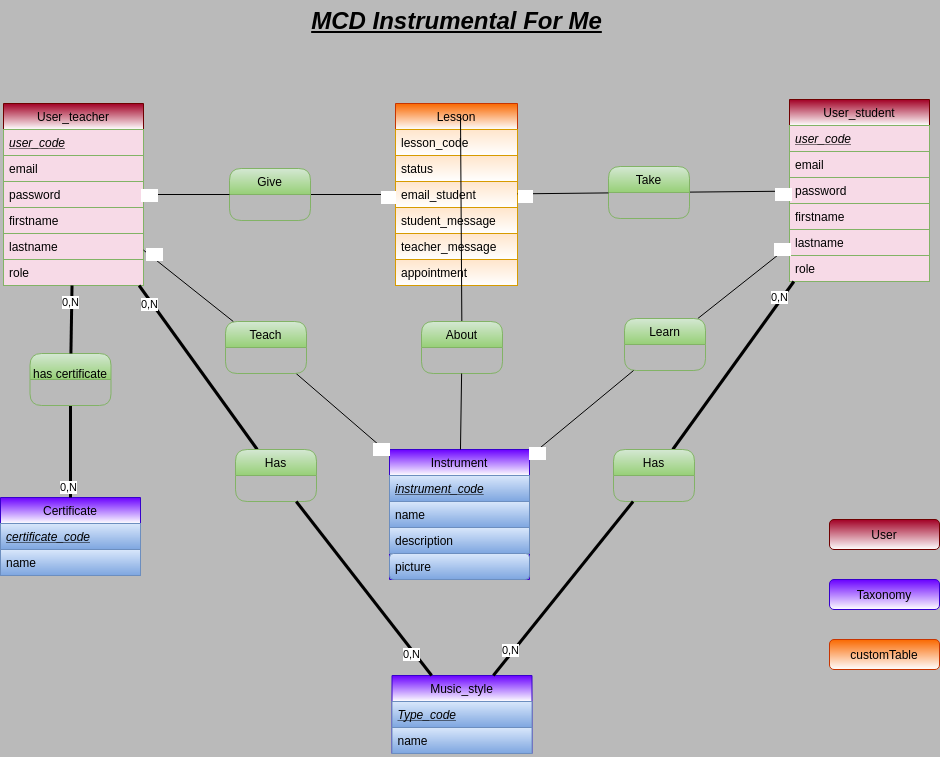
This is _documentation/mcd.drawio.png from Brewalan74/InstrumentalForMe, a draw.io export, as it was before one commit. Source tidied: cells renumbered, new cells last; positions are measured from the earlier drawing's top-left corner, leaving out a move shared by most shapes.
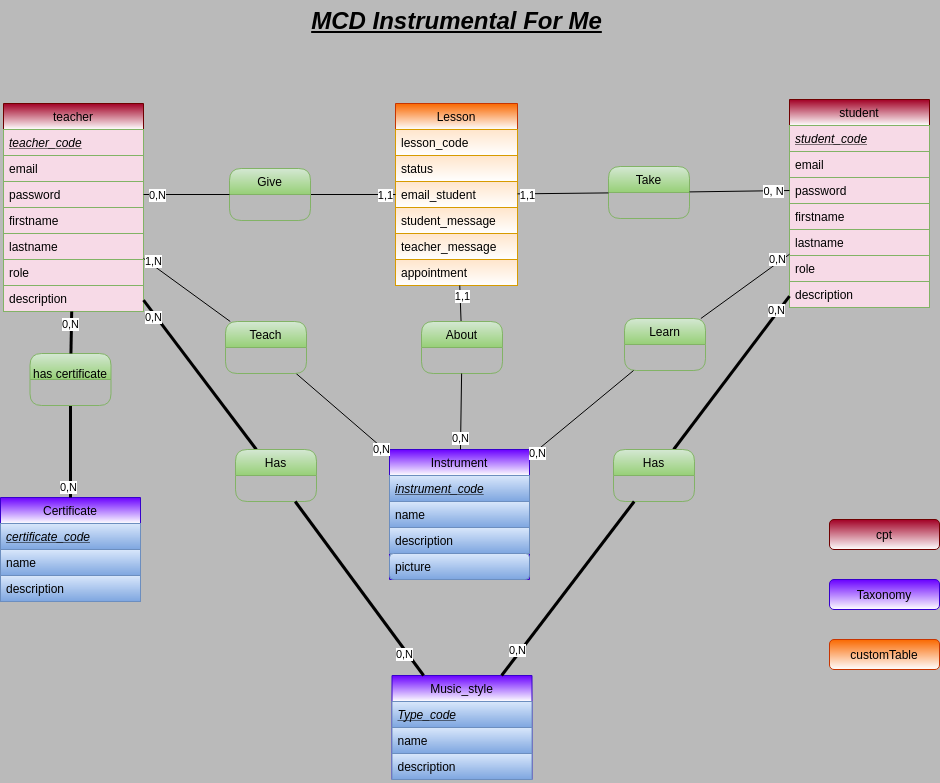
After the commit.

Change to the diagram source:
```diff
@@ -17,10 +17,10 @@
     <mxCell id="6" value="picture" style="text;strokeColor=#6c8ebf;fillColor=#dae8fc;align=left;verticalAlign=top;spacingLeft=4;spacingRight=4;overflow=hidden;gradientColor=#7ea6e0;fontColor=#000000;rounded=1;" parent="2" vertex="1">
       <mxGeometry y="104" width="140" height="26" as="geometry" />
     </mxCell>
-    <mxCell id="7" value="User_teacher" style="swimlane;fontStyle=0;horizontal=1;startSize=26;fillColor=#a20025;strokeColor=#6F0000;rounded=0;gradientColor=#ffffff;fontColor=#000000;" parent="1" vertex="1">
-      <mxGeometry x="3" y="103" width="140" height="182" as="geometry" />
+    <mxCell id="7" value="teacher" style="swimlane;fontStyle=0;horizontal=1;startSize=26;fillColor=#a20025;strokeColor=#6F0000;rounded=0;gradientColor=#ffffff;fontColor=#000000;" parent="1" vertex="1">
+      <mxGeometry x="3" y="103" width="140" height="208" as="geometry" />
     </mxCell>
-    <mxCell id="8" value="user_code" style="text;strokeColor=#82b366;align=left;verticalAlign=top;spacingLeft=4;spacingRight=4;overflow=hidden;fontColor=#000000;fontStyle=6;fillColor=#F7DAE7;" parent="7" vertex="1">
+    <mxCell id="8" value="teacher_code" style="text;strokeColor=#82b366;align=left;verticalAlign=top;spacingLeft=4;spacingRight=4;overflow=hidden;fontColor=#000000;fontStyle=6;fillColor=#F7DAE7;" parent="7" vertex="1">
       <mxGeometry y="26" width="140" height="26" as="geometry" />
     </mxCell>
     <mxCell id="9" value="email" style="text;strokeColor=#82b366;align=left;verticalAlign=top;spacingLeft=4;spacingRight=4;overflow=hidden;fontColor=#000000;fillColor=#F7DAE7;" parent="7" vertex="1">
@@ -38,7 +38,10 @@
     <mxCell id="13" value="role" style="text;strokeColor=#82b366;align=left;verticalAlign=top;spacingLeft=4;spacingRight=4;overflow=hidden;fontColor=#000000;fillColor=#F7DAE7;" parent="7" vertex="1">
       <mxGeometry y="156" width="140" height="26" as="geometry" />
     </mxCell>
+    <mxCell id="76" value="description" style="text;strokeColor=#82b366;align=left;verticalAlign=top;spacingLeft=4;spacingRight=4;overflow=hidden;fontColor=#000000;fillColor=#F7DAE7;" parent="7" vertex="1">
+      <mxGeometry y="182" width="140" height="26" as="geometry" />
+    </mxCell>
-    <mxCell id="14" value="User" style="rounded=1;whiteSpace=wrap;html=1;fillColor=#a20025;strokeColor=#6F0000;gradientColor=#ffffff;fontColor=#000000;" parent="1" vertex="1">
+    <mxCell id="14" value="cpt" style="rounded=1;whiteSpace=wrap;html=1;fillColor=#a20025;strokeColor=#6F0000;gradientColor=#ffffff;fontColor=#000000;" parent="1" vertex="1">
       <mxGeometry x="829" y="519" width="110" height="30" as="geometry" />
     </mxCell>
     <mxCell id="15" value="Taxonomy" style="rounded=1;whiteSpace=wrap;html=1;fillColor=#6a00ff;strokeColor=#3700CC;gradientColor=#ffffff;fontColor=#000000;" parent="1" vertex="1">
@@ -72,16 +75,13 @@
       <mxGeometry y="156" width="122" height="26" as="geometry" />
     </mxCell>
     <mxCell id="25" value="Certificate" style="swimlane;fontStyle=0;horizontal=1;startSize=26;fillColor=#6a00ff;strokeColor=#3700CC;fontColor=#000000;rounded=0;gradientColor=#ffffff;" parent="1" vertex="1">
-      <mxGeometry y="497" width="140" height="78" as="geometry" />
+      <mxGeometry y="497" width="140" height="52" as="geometry" />
     </mxCell>
     <mxCell id="26" value="certificate_code" style="text;strokeColor=#6c8ebf;fillColor=#dae8fc;align=left;verticalAlign=top;spacingLeft=4;spacingRight=4;overflow=hidden;gradientColor=#7ea6e0;fontColor=#000000;fontStyle=6;" parent="25" vertex="1">
       <mxGeometry y="26" width="140" height="26" as="geometry" />
     </mxCell>
-    <mxCell id="27" value="name" style="text;strokeColor=#6c8ebf;fillColor=#dae8fc;align=left;verticalAlign=top;spacingLeft=4;spacingRight=4;overflow=hidden;gradientColor=#7ea6e0;fontColor=#000000;" parent="25" vertex="1">
-      <mxGeometry y="52" width="140" height="26" as="geometry" />
-    </mxCell>
     <mxCell id="28" value="Music_style" style="swimlane;fontStyle=0;horizontal=1;startSize=26;fillColor=#6a00ff;strokeColor=#3700CC;fontColor=#000000;rounded=0;gradientColor=#ffffff;" parent="1" vertex="1">
-      <mxGeometry x="391.5" y="675" width="140" height="78" as="geometry" />
+      <mxGeometry x="391.5" y="675" width="140" height="104" as="geometry" />
     </mxCell>
     <mxCell id="29" value="Type_code" style="text;strokeColor=#6c8ebf;fillColor=#dae8fc;align=left;verticalAlign=top;spacingLeft=4;spacingRight=4;overflow=hidden;gradientColor=#7ea6e0;fontColor=#000000;fontStyle=6;" parent="28" vertex="1">
       <mxGeometry y="26" width="140" height="26" as="geometry" />
@@ -89,16 +89,19 @@
     <mxCell id="30" value="name" style="text;strokeColor=#6c8ebf;fillColor=#dae8fc;align=left;verticalAlign=top;spacingLeft=4;spacingRight=4;overflow=hidden;gradientColor=#7ea6e0;fontColor=#000000;" parent="28" vertex="1">
       <mxGeometry y="52" width="140" height="26" as="geometry" />
     </mxCell>
+    <mxCell id="77" value="description" style="text;strokeColor=#6c8ebf;fillColor=#dae8fc;align=left;verticalAlign=top;spacingLeft=4;spacingRight=4;overflow=hidden;gradientColor=#7ea6e0;fontColor=#000000;" parent="28" vertex="1">
+      <mxGeometry y="78" width="140" height="26" as="geometry" />
+    </mxCell>
     <mxCell id="31" style="endArrow=none;html=1;strokeWidth=3;startArrow=none;" parent="1" edge="1" source="58" target="7">
       <mxGeometry relative="1" as="geometry" />
     </mxCell>
-    <mxCell id="32" value="0,N" style="edgeLabel;html=1;align=center;verticalAlign=middle;" parent="31" vertex="1">
+    <mxCell id="32" value="0,N" style="edgeLabel;html=1;align=center;verticalAlign=middle;fontColor=#000000;labelBackgroundColor=#FFFFFF;" parent="31" vertex="1">
       <mxGeometry x="0.8" y="3" relative="1" as="geometry" />
     </mxCell>
     <mxCell id="33" style="endArrow=none;html=1;strokeWidth=3;endSize=3;startArrow=none;" parent="1" edge="1" source="53" target="25">
       <mxGeometry relative="1" as="geometry" />
     </mxCell>
-    <mxCell id="34" value="0,N" style="edgeLabel;html=1;align=center;verticalAlign=middle;" parent="33" vertex="1">
+    <mxCell id="34" value="0,N" style="edgeLabel;html=1;align=center;verticalAlign=middle;fontColor=#000000;labelBackgroundColor=#FFFFFF;" parent="33" vertex="1">
       <mxGeometry x="0.76" y="-2" relative="1" as="geometry">
         <mxPoint x="-1" as="offset" />
       </mxGeometry>
@@ -106,13 +109,13 @@
     <mxCell id="35" style="endArrow=none;html=1;startArrow=none;" parent="1" edge="1" source="67" target="2">
       <mxGeometry relative="1" as="geometry" />
     </mxCell>
-    <mxCell id="36" value="0,N" style="edgeLabel;html=1;align=center;verticalAlign=middle;fontColor=#FFFFFF;" parent="35" vertex="1">
+    <mxCell id="36" value="0,N" style="edgeLabel;html=1;align=center;verticalAlign=middle;fontColor=#000000;labelBackgroundColor=#FFFFFF;" parent="35" vertex="1">
       <mxGeometry x="0.84" y="-2" relative="1" as="geometry" />
     </mxCell>
-    <mxCell id="37" value="User_student" style="swimlane;fontStyle=0;horizontal=1;startSize=26;fillColor=#a20025;strokeColor=#6F0000;rounded=0;gradientColor=#ffffff;fontColor=#000000;" parent="1" vertex="1">
-      <mxGeometry x="789" y="99" width="140" height="182" as="geometry" />
+    <mxCell id="37" value="student" style="swimlane;fontStyle=0;horizontal=1;startSize=26;fillColor=#a20025;strokeColor=#6F0000;rounded=0;gradientColor=#ffffff;fontColor=#000000;" parent="1" vertex="1">
+      <mxGeometry x="789" y="99" width="140" height="208" as="geometry" />
     </mxCell>
-    <mxCell id="38" value="user_code" style="text;strokeColor=#82b366;align=left;verticalAlign=top;spacingLeft=4;spacingRight=4;overflow=hidden;fontColor=#000000;fontStyle=6;fillColor=#F7DAE7;" parent="37" vertex="1">
+    <mxCell id="38" value="student_code" style="text;strokeColor=#82b366;align=left;verticalAlign=top;spacingLeft=4;spacingRight=4;overflow=hidden;fontColor=#000000;fontStyle=6;fillColor=#F7DAE7;" parent="37" vertex="1">
       <mxGeometry y="26" width="140" height="26" as="geometry" />
     </mxCell>
     <mxCell id="39" value="email" style="text;strokeColor=#82b366;align=left;verticalAlign=top;spacingLeft=4;spacingRight=4;overflow=hidden;fontColor=#000000;fillColor=#F7DAE7;" parent="37" vertex="1">
@@ -130,35 +133,32 @@
     <mxCell id="43" value="role" style="text;strokeColor=#82b366;align=left;verticalAlign=top;spacingLeft=4;spacingRight=4;overflow=hidden;fontColor=#000000;fillColor=#F7DAE7;" parent="37" vertex="1">
       <mxGeometry y="156" width="140" height="26" as="geometry" />
     </mxCell>
+    <mxCell id="78" value="description" style="text;strokeColor=#82b366;align=left;verticalAlign=top;spacingLeft=4;spacingRight=4;overflow=hidden;fontColor=#000000;fillColor=#F7DAE7;" parent="37" vertex="1">
+      <mxGeometry y="182" width="140" height="26" as="geometry" />
+    </mxCell>
     <mxCell id="44" style="endArrow=none;html=1;startArrow=none;" parent="1" edge="1" source="73" target="18">
       <mxGeometry relative="1" as="geometry" />
     </mxCell>
-    <mxCell id="45" value="1,1" style="edgeLabel;html=1;align=center;verticalAlign=middle;fontColor=#FFFFFF;" parent="44" vertex="1">
+    <mxCell id="45" value="1,1" style="edgeLabel;html=1;align=center;verticalAlign=middle;fontColor=#000000;labelBackgroundColor=#FFFFFF;" parent="44" vertex="1">
       <mxGeometry x="0.83" y="-2" relative="1" as="geometry">
-        <mxPoint x="-1" as="offset" />
+        <mxPoint x="-4" y="-2" as="offset" />
       </mxGeometry>
     </mxCell>
-    <mxCell id="46" style="endArrow=none;html=1;startArrow=none;" parent="1" edge="1" source="70" target="37">
-      <mxGeometry relative="1" as="geometry" />
-    </mxCell>
-    <mxCell id="47" value="0,N" style="edgeLabel;html=1;align=center;verticalAlign=middle;fontColor=#FFFFFF;" parent="46" vertex="1">
-      <mxGeometry x="0.87" y="-3" relative="1" as="geometry" />
-    </mxCell>
     <mxCell id="48" style="endArrow=none;html=1;startArrow=none;" parent="1" edge="1" source="64" target="37">
       <mxGeometry relative="1" as="geometry" />
     </mxCell>
-    <mxCell id="49" value="0,N" style="edgeLabel;html=1;align=center;verticalAlign=middle;fontColor=#FFFFFF;" parent="48" vertex="1">
-      <mxGeometry x="0.86" y="2" relative="1" as="geometry" />
+    <mxCell id="49" value="0,N" style="edgeLabel;html=1;align=center;verticalAlign=middle;fontColor=#000000;labelBackgroundColor=#FFFFFF;" parent="48" vertex="1">
+      <mxGeometry x="0.86" y="2" relative="1" as="geometry">
+        <mxPoint x="-5" y="2" as="offset" />
+      </mxGeometry>
     </mxCell>
-    <mxCell id="50" style="endArrow=none;html=1;startArrow=none;" parent="1" edge="1" source="56">
-      <mxGeometry relative="1" as="geometry">
-        <mxPoint x="460" y="115" as="targetPoint" />
-      </mxGeometry>
+    <mxCell id="50" style="endArrow=none;html=1;startArrow=none;" parent="1" edge="1" source="56" target="18">
+      <mxGeometry relative="1" as="geometry" />
     </mxCell>
     <mxCell id="51" style="endArrow=none;html=1;strokeWidth=3;startArrow=none;" parent="1" edge="1" source="61" target="37">
       <mxGeometry relative="1" as="geometry" />
     </mxCell>
-    <mxCell id="52" value="0,N" style="edgeLabel;html=1;align=center;verticalAlign=middle;" parent="51" vertex="1">
+    <mxCell id="52" value="0,N" style="edgeLabel;html=1;align=center;verticalAlign=middle;fontColor=#000000;labelBackgroundColor=#FFFFFF;" parent="51" vertex="1">
       <mxGeometry x="0.8" y="3" relative="1" as="geometry" />
     </mxCell>
     <mxCell id="53" value="&#10;has certificate" style="swimlane;fontStyle=0;horizontal=1;startSize=26;rounded=1;gradientColor=#97d077;fillColor=#d5e8d4;strokeColor=#82b366;fontColor=#000000;" parent="1" vertex="1">
@@ -167,7 +167,7 @@
     <mxCell id="54" style="endArrow=none;html=1;strokeWidth=3;endSize=3;" parent="1" edge="1" source="7" target="53">
       <mxGeometry relative="1" as="geometry" />
     </mxCell>
-    <mxCell id="55" value="0,N" style="edgeLabel;html=1;align=center;verticalAlign=middle;" parent="54" vertex="1">
+    <mxCell id="55" value="0,N" style="edgeLabel;html=1;align=center;verticalAlign=middle;fontColor=#000000;labelBackgroundColor=#FFFFFF;" parent="54" vertex="1">
       <mxGeometry x="-0.71" y="-2" relative="1" as="geometry">
         <mxPoint y="7" as="offset" />
       </mxGeometry>
@@ -184,7 +184,7 @@
     <mxCell id="59" style="endArrow=none;html=1;strokeWidth=3;" parent="1" edge="1" source="28" target="58">
       <mxGeometry relative="1" as="geometry" />
     </mxCell>
-    <mxCell id="60" value="0,N" style="edgeLabel;html=1;align=center;verticalAlign=middle;" parent="59" vertex="1">
+    <mxCell id="60" value="0,N" style="edgeLabel;html=1;align=center;verticalAlign=middle;fontColor=#000000;labelBackgroundColor=#FFFFFF;" parent="59" vertex="1">
       <mxGeometry x="-0.73" y="3" relative="1" as="geometry" />
     </mxCell>
     <mxCell id="61" value="Has" style="swimlane;fontStyle=0;horizontal=1;startSize=26;rounded=1;gradientColor=#97d077;fillColor=#d5e8d4;strokeColor=#82b366;fontColor=#000000;" parent="1" vertex="1">
@@ -193,7 +193,7 @@
     <mxCell id="62" style="endArrow=none;html=1;strokeWidth=3;" parent="1" edge="1" source="28" target="61">
       <mxGeometry relative="1" as="geometry" />
     </mxCell>
-    <mxCell id="63" value="0,N" style="edgeLabel;html=1;align=center;verticalAlign=middle;" parent="62" vertex="1">
+    <mxCell id="63" value="0,N" style="edgeLabel;html=1;align=center;verticalAlign=middle;fontColor=#000000;labelBackgroundColor=#FFFFFF;" parent="62" vertex="1">
       <mxGeometry x="-0.73" y="3" relative="1" as="geometry" />
     </mxCell>
     <mxCell id="64" value="Learn" style="swimlane;fontStyle=0;horizontal=1;startSize=26;rounded=1;gradientColor=#97d077;fillColor=#d5e8d4;strokeColor=#82b366;fontColor=#000000;" parent="1" vertex="1">
@@ -202,18 +202,23 @@
     <mxCell id="65" style="endArrow=none;html=1;" parent="1" edge="1" source="2" target="64">
       <mxGeometry relative="1" as="geometry" />
     </mxCell>
-    <mxCell id="66" value="0,N" style="edgeLabel;html=1;align=center;verticalAlign=middle;fontColor=#FFFFFF;" parent="65" vertex="1">
+    <mxCell id="66" value="0,N" style="edgeLabel;html=1;align=center;verticalAlign=middle;fontColor=#000000;labelBackgroundColor=#FFFFFF;" parent="65" vertex="1">
       <mxGeometry x="-0.87" y="-3" relative="1" as="geometry">
         <mxPoint x="-1" as="offset" />
       </mxGeometry>
     </mxCell>
+    <mxCell id="47" value="0,N" style="edgeLabel;html=1;align=center;verticalAlign=middle;fontColor=#000000;labelBackgroundColor=#FFFFFF;" parent="65" vertex="1">
+      <mxGeometry x="-0.87" y="-3" relative="1" as="geometry">
+        <mxPoint x="-78" y="-15" as="offset" />
+      </mxGeometry>
+    </mxCell>
     <mxCell id="67" value="Teach" style="swimlane;fontStyle=0;horizontal=1;startSize=26;rounded=1;gradientColor=#97d077;fillColor=#d5e8d4;strokeColor=#82b366;fontColor=#000000;" parent="1" vertex="1">
       <mxGeometry x="225" y="321" width="81" height="52" as="geometry" />
     </mxCell>
     <mxCell id="68" style="endArrow=none;html=1;" parent="1" edge="1" source="7" target="67">
       <mxGeometry relative="1" as="geometry" />
     </mxCell>
-    <mxCell id="69" value="1,N" style="edgeLabel;html=1;align=center;verticalAlign=middle;fontColor=#FFFFFF;" parent="68" vertex="1">
+    <mxCell id="69" value="1,N" style="edgeLabel;html=1;align=center;verticalAlign=middle;fontColor=#000000;labelBackgroundColor=#FFFFFF;" parent="68" vertex="1">
       <mxGeometry x="-0.83" y="4" relative="1" as="geometry">
         <mxPoint y="1" as="offset" />
       </mxGeometry>
@@ -224,19 +229,38 @@
     <mxCell id="71" style="endArrow=none;html=1;" parent="1" edge="1" source="18" target="70">
       <mxGeometry relative="1" as="geometry" />
     </mxCell>
-    <mxCell id="72" value="1,1" style="edgeLabel;html=1;align=center;verticalAlign=middle;fontColor=#FFFFFF;" parent="71" vertex="1">
-      <mxGeometry x="-0.84" y="-2" relative="1" as="geometry" />
+    <mxCell id="72" value="1,1" style="edgeLabel;html=1;align=center;verticalAlign=middle;fontColor=#000000;labelBackgroundColor=#FFFFFF;" parent="71" vertex="1">
+      <mxGeometry x="-0.84" y="-2" relative="1" as="geometry">
+        <mxPoint x="2" y="-1" as="offset" />
+      </mxGeometry>
     </mxCell>
     <mxCell id="73" value="Give" style="swimlane;fontStyle=0;horizontal=1;startSize=26;rounded=1;gradientColor=#97d077;fillColor=#d5e8d4;strokeColor=#82b366;fontColor=#000000;" parent="1" vertex="1">
       <mxGeometry x="229" y="168" width="81" height="52" as="geometry" />
     </mxCell>
-    <mxCell id="74" style="endArrow=none;html=1;" parent="1" edge="1" source="7" target="73">
+    <mxCell id="74" style="endArrow=none;html=1;exitX=1;exitY=0.5;exitDx=0;exitDy=0;" parent="1" edge="1" source="10" target="73">
       <mxGeometry relative="1" as="geometry" />
     </mxCell>
-    <mxCell id="75" value="0,N" style="edgeLabel;html=1;align=center;verticalAlign=middle;fontColor=#FFFFFF;" parent="74" vertex="1">
+    <mxCell id="75" value="0,N" style="edgeLabel;html=1;align=center;verticalAlign=middle;fontColor=#000000;labelBackgroundColor=#FFFFFF;" parent="74" vertex="1">
       <mxGeometry x="-0.87" relative="1" as="geometry">
-        <mxPoint x="-1" as="offset" />
+        <mxPoint x="7" as="offset" />
       </mxGeometry>
     </mxCell>
+    <mxCell id="79" value="name" style="text;strokeColor=#6c8ebf;fillColor=#dae8fc;align=left;verticalAlign=top;spacingLeft=4;spacingRight=4;overflow=hidden;gradientColor=#7ea6e0;fontColor=#000000;fontStyle=0;" parent="1" vertex="1">
+      <mxGeometry y="549" width="140" height="26" as="geometry" />
+    </mxCell>
+    <mxCell id="27" value="description" style="text;strokeColor=#6c8ebf;fillColor=#dae8fc;align=left;verticalAlign=top;spacingLeft=4;spacingRight=4;overflow=hidden;gradientColor=#7ea6e0;fontColor=#000000;" parent="1" vertex="1">
+      <mxGeometry y="575" width="140" height="26" as="geometry" />
+    </mxCell>
+    <mxCell id="80" value="1,1" style="edgeLabel;html=1;align=center;verticalAlign=middle;fontColor=#000000;labelBackgroundColor=#FFFFFF;" parent="1" vertex="1">
+      <mxGeometry x="461.5" y="295" as="geometry" />
+    </mxCell>
+    <mxCell id="81" style="endArrow=none;html=1;fontColor=#000000;entryX=0;entryY=0.5;entryDx=0;entryDy=0;" parent="1" edge="1" source="70" target="40">
+      <mxGeometry relative="1" as="geometry" />
+    </mxCell>
+    <mxCell id="82" value="0,&lt;font color=&quot;#ffffff&quot;&gt; &lt;/font&gt;N" style="edgeLabel;html=1;align=center;verticalAlign=middle;fontColor=#000000;labelBackgroundColor=#FFFFFF;" parent="81" vertex="1">
+      <mxGeometry x="0.68" y="-3" relative="1" as="geometry">
+        <mxPoint x="-1" y="-3" as="offset" />
+      </mxGeometry>
+    </mxCell>
   </root>
 </mxGraphModel>
```
